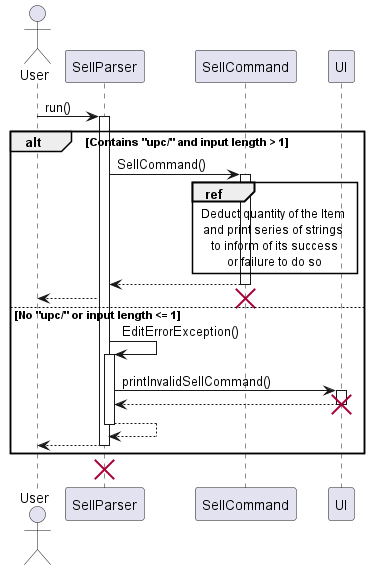
Earlier version of the PlantUML export docs/UML/Sell/SellParser.png (nus-cs2113-AY2223S2/tp). Its source is kept beside it as docs/UML/Sell/SellParser.puml.
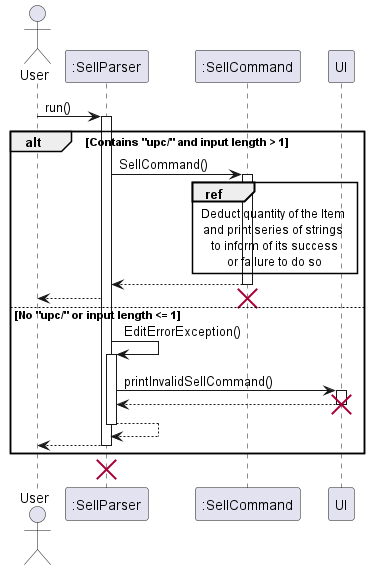
Above is the later version.

Commit message:
-More additions to Developer Guide. -Added one more sequence diagram. -Documentation for restock and sell commands in the developer guide.

The edit, as a diff of the source:
```diff
@@ -1,32 +1,32 @@
 @startuml
 
 actor User
-participant SellParser
-User->SellParser:run()
-activate SellParser
+participant ":SellParser"
+User->":SellParser":run()
+activate ":SellParser"
 
 alt Contains "upc/" and input length > 1
-SellParser->SellCommand: SellCommand()
-activate SellCommand
-ref over SellCommand,UI: Deduct quantity of the Item \nand print series of strings \nto inform of its success\nor failure to do so
-SellCommand-->SellParser:
-deactivate SellCommand
-SellParser-->User:
+":SellParser"->":SellCommand": SellCommand()
+activate ":SellCommand"
+ref over ":SellCommand",UI: Deduct quantity of the Item \nand print series of strings \nto inform of its success\nor failure to do so
+":SellCommand"-->":SellParser":
+deactivate ":SellCommand"
+":SellParser"-->User:
 
-destroy SellCommand
+destroy ":SellCommand"
 else No "upc/" or input length <= 1
-SellParser->SellParser: EditErrorException()
-activate SellParser
-SellParser->UI:printInvalidSellCommand()
+":SellParser"->":SellParser": EditErrorException()
+activate ":SellParser"
+":SellParser"->UI:printInvalidSellCommand()
 activate UI
-UI-->SellParser:
+UI-->":SellParser":
 deactivate UI
 destroy UI
-SellParser-->SellParser:
-deactivate SellParser
-SellParser-->User:
-deactivate SellParser
+":SellParser"-->":SellParser":
+deactivate ":SellParser"
+":SellParser"-->User:
+deactivate ":SellParser"
 end
-deactivate SellParser
-destroy SellParser
+deactivate ":SellParser"
+destroy ":SellParser"
 @enduml
```
